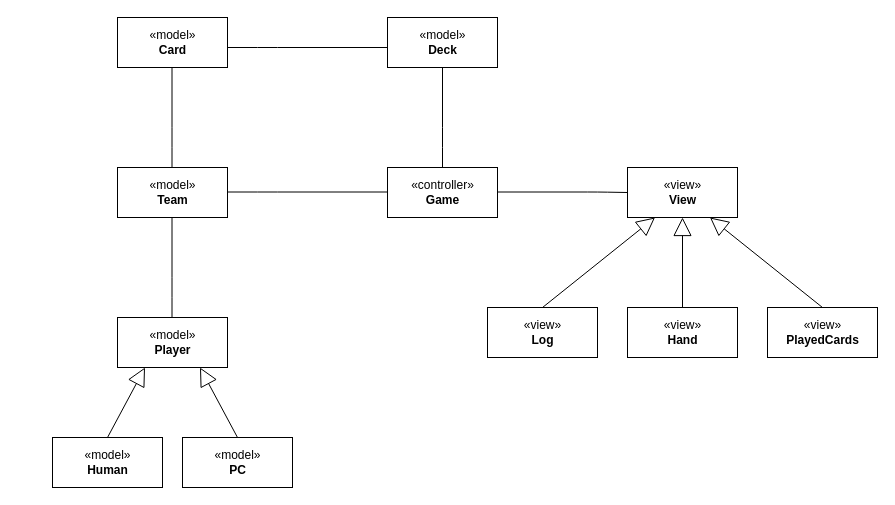
Before: page "Dijagram arhitekture Trešete" (9 of 10) of Dijagram.drawio in TheRealJoci/Tressette-Terminal-Card-Game, a draw.io diagram. Source tidied: cells renumbered, new cells numbered last; positions are measured from the earlier drawing's top-left corner, leaving out a move shared by most shapes. Both pictures are drawn from the tidied source at 100%, with x=0, y=0 at pixel (52, 17).
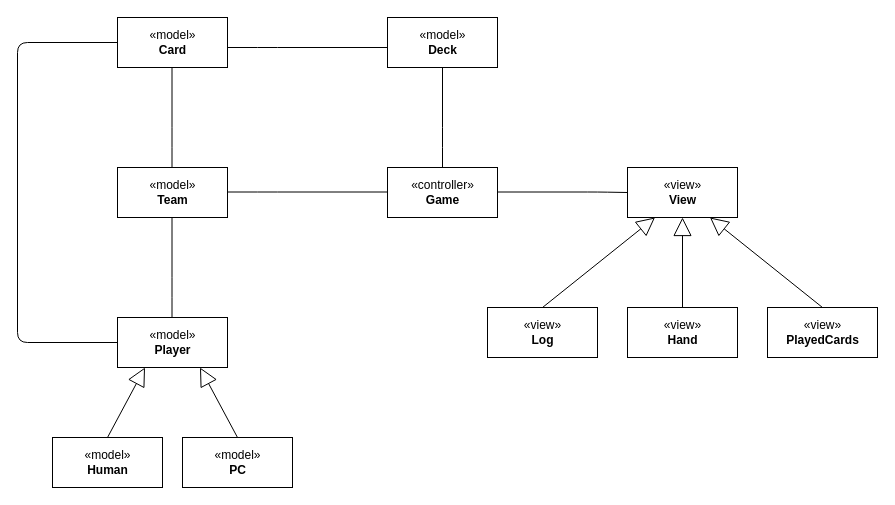
The same page after the edit.

The change refers to these unchanged cells:
```xml
<mxCell id="2" value="«model»&lt;br&gt;&lt;b&gt;Card&lt;br&gt;&lt;/b&gt;" style="html=1;" parent="1" vertex="1">
  <mxGeometry x="65" width="110" height="50" as="geometry" />
</mxCell>
<mxCell id="6" value="«model»&lt;br&gt;&lt;b&gt;Player&lt;/b&gt;" style="html=1;" parent="1" vertex="1">
  <mxGeometry x="65" y="300" width="110" height="50" as="geometry" />
</mxCell>
```

The edit, as a diff of the source:
```diff
@@
+    <mxCell id="24" style="endArrow=none;html=1;edgeStyle=orthogonalEdgeStyle;exitX=0;exitY=0.5;exitDx=0;exitDy=0;entryX=0;entryY=0.5;entryDx=0;entryDy=0;" parent="1" edge="1" source="2" target="6">
+      <mxGeometry relative="1" as="geometry">
+        <Array as="points">
+          <mxPoint x="-35" y="25" />
+          <mxPoint x="-35" y="325" />
+        </Array>
+      </mxGeometry>
+    </mxCell>
```
